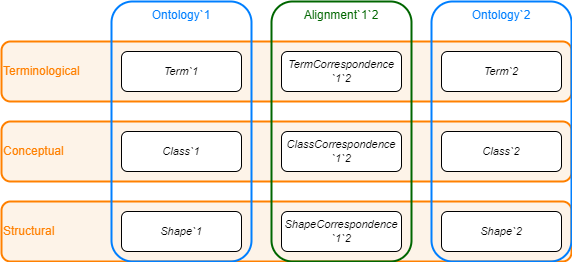
Stichting-CROW/ontology-alignment keeps this draw.io diagram as docs/whitepaper/img/basic-alignment-diagram.drawio.png. Above is the earlier version. Source tidied: cells renumbered, new cells last; positions are measured from the earlier drawing's top-left corner, leaving out a move shared by most shapes.
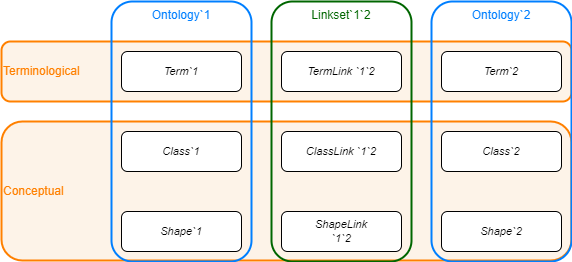
Above is the later version.

The edit, as a diff of the source:
```diff
@@ -6,11 +6,8 @@
       <mxGeometry y="40" width="570" height="60" as="geometry" />
     </mxCell>
     <mxCell id="3" value="Conceptual" style="rounded=1;whiteSpace=wrap;html=1;fontFamily=Helvetica;fillColor=#FDF3E8;align=left;strokeColor=#FF8000;fontColor=#FF8000;strokeWidth=2;" parent="1" vertex="1">
-      <mxGeometry y="120" width="570" height="60" as="geometry" />
+      <mxGeometry y="120" width="570" height="139" as="geometry" />
     </mxCell>
-    <mxCell id="4" value="Structural" style="rounded=1;whiteSpace=wrap;html=1;fontFamily=Helvetica;fillColor=#FDF3E8;align=left;strokeColor=#FF8000;fontColor=#FF8000;strokeWidth=2;" parent="1" vertex="1">
-      <mxGeometry y="200" width="570" height="60" as="geometry" />
-    </mxCell>
     <mxCell id="5" value="Ontology`2" style="rounded=1;whiteSpace=wrap;html=1;fontFamily=Helvetica;fillColor=none;verticalAlign=top;strokeColor=#007FFF;fontColor=#007FFF;strokeWidth=2;" parent="1" vertex="1">
       <mxGeometry x="430" width="140" height="260" as="geometry" />
     </mxCell>
@@ -35,16 +32,16 @@
     <mxCell id="12" value="Shape`2" style="rounded=1;whiteSpace=wrap;html=1;fontFamily=Helvetica;strokeWidth=1;fontStyle=2;fontSize=11;" parent="1" vertex="1">
       <mxGeometry x="440" y="210" width="120" height="40" as="geometry" />
     </mxCell>
-    <mxCell id="13" value="Alignment`1`2" style="rounded=1;whiteSpace=wrap;html=1;fontFamily=Helvetica;fillColor=none;verticalAlign=top;strokeColor=#006600;fontColor=#006600;strokeWidth=2;" parent="1" vertex="1">
+    <mxCell id="13" value="Linkset`1`2" style="rounded=1;whiteSpace=wrap;html=1;fontFamily=Helvetica;fillColor=none;verticalAlign=top;strokeColor=#006600;fontColor=#006600;strokeWidth=2;" parent="1" vertex="1">
       <mxGeometry x="270" width="140" height="260" as="geometry" />
     </mxCell>
-    <mxCell id="14" value="TermCorrespondence `1`2" style="rounded=1;whiteSpace=wrap;html=1;fontFamily=Helvetica;strokeWidth=1;fontStyle=2;fontSize=11;" parent="1" vertex="1">
+    <mxCell id="14" value="TermLink `1`2" style="rounded=1;whiteSpace=wrap;html=1;fontFamily=Helvetica;strokeWidth=1;fontStyle=2;fontSize=11;" parent="1" vertex="1">
       <mxGeometry x="280" y="50" width="120" height="40" as="geometry" />
     </mxCell>
-    <mxCell id="15" value="ClassCorrespondence `1`2" style="rounded=1;whiteSpace=wrap;html=1;fontFamily=Helvetica;strokeWidth=1;fontStyle=2;fontSize=11;" parent="1" vertex="1">
+    <mxCell id="15" value="ClassLink `1`2" style="rounded=1;whiteSpace=wrap;html=1;fontFamily=Helvetica;strokeWidth=1;fontStyle=2;fontSize=11;" parent="1" vertex="1">
       <mxGeometry x="280" y="130" width="120" height="40" as="geometry" />
     </mxCell>
-    <mxCell id="16" value="ShapeCorrespondence&lt;br&gt;`1`2" style="rounded=1;whiteSpace=wrap;html=1;fontFamily=Helvetica;strokeWidth=1;fontStyle=2;fontSize=11;" parent="1" vertex="1">
+    <mxCell id="16" value="ShapeLink&lt;br&gt;`1`2" style="rounded=1;whiteSpace=wrap;html=1;fontFamily=Helvetica;strokeWidth=1;fontStyle=2;fontSize=11;" parent="1" vertex="1">
       <mxGeometry x="280" y="210" width="120" height="40" as="geometry" />
     </mxCell>
   </root>
```
